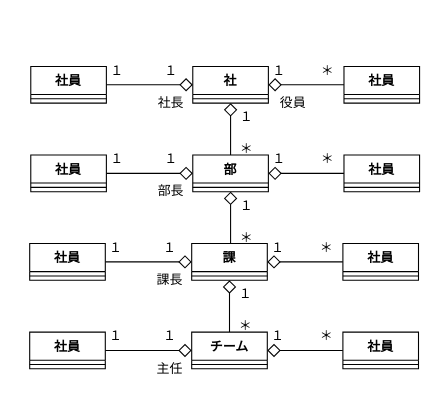
Above: page "機械的変換クラス図" (2 of 4) of Designs/組織構成設計/organization_design.drawio in bosssanovar/LightMvvmSample (draw.io), before the change. Source tidied: cells renumbered, new cells numbered last; positions are measured from the earlier drawing's top-left corner, leaving out a move shared by most shapes. Both pictures are drawn from the tidied source at 108%, with x=0, y=0 at pixel (18, 48).
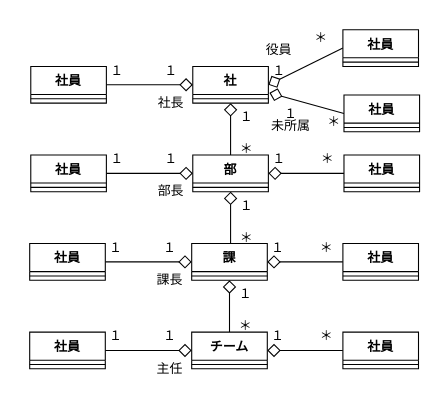
The same diagram, later.

Diff of the diagram source:
```diff
@@
     <mxCell id="2" style="rounded=0;whiteSpace=wrap;html=1;strokeColor=none;fontSize=12;" parent="1" vertex="1">
-      <mxGeometry width="380" height="313" as="geometry" />
+      <mxGeometry y="-27" width="380" height="340" as="geometry" />
     </mxCell>
@@
     <mxCell id="50" value="社員" style="swimlane;fontStyle=1;align=center;verticalAlign=top;horizontal=1;startSize=26;" parent="1" vertex="1">
-      <mxGeometry x="301" y="17" width="70" height="34" as="geometry" />
+      <mxGeometry x="300" y="-17" width="70" height="34" as="geometry" />
     </mxCell>
@@
     <mxCell id="58" value="＊" style="text;html=1;strokeColor=none;fillColor=none;align=center;verticalAlign=middle;whiteSpace=wrap;rounded=0;dashed=1;fontSize=12;" parent="1" vertex="1">
-      <mxGeometry x="256" y="6" width="60" height="30" as="geometry" />
+      <mxGeometry x="250" y="-24" width="60" height="30" as="geometry" />
     </mxCell>
@@
     <mxCell id="64" value="役員" style="text;html=1;strokeColor=none;fillColor=none;align=center;verticalAlign=middle;whiteSpace=wrap;rounded=0;dashed=1;fontSize=12;" parent="1" vertex="1">
-      <mxGeometry x="224" y="36" width="60" height="30" as="geometry" />
+      <mxGeometry x="211" y="-13" width="60" height="30" as="geometry" />
     </mxCell>
+    <mxCell id="65" style="edgeStyle=none;jumpSize=10;html=1;exitX=0;exitY=0.5;exitDx=0;exitDy=0;entryX=1;entryY=0.5;entryDx=0;entryDy=0;strokeWidth=1;endArrow=diamond;endFill=0;startSize=10;endSize=10;" parent="1" edge="1" source="66">
+      <mxGeometry relative="1" as="geometry">
+        <mxPoint x="232" y="41.5" as="targetPoint" />
+      </mxGeometry>
+    </mxCell>
+    <mxCell id="66" value="社員" style="swimlane;fontStyle=1;align=center;verticalAlign=top;horizontal=1;startSize=26;" parent="1" vertex="1">
+      <mxGeometry x="301" y="43.5" width="70" height="34" as="geometry" />
+    </mxCell>
+    <mxCell id="67" style="line;strokeWidth=1;fillColor=none;align=left;verticalAlign=middle;spacingTop=-1;spacingLeft=3;spacingRight=3;labelPosition=right;strokeColor=inherit;" parent="66" vertex="1">
+      <mxGeometry y="26" width="70" height="8" as="geometry" />
+    </mxCell>
+    <mxCell id="68" value="１" style="text;html=1;strokeColor=none;fillColor=none;align=center;verticalAlign=middle;whiteSpace=wrap;rounded=0;dashed=1;" parent="1" vertex="1">
+      <mxGeometry x="222" y="45.5" width="60" height="30" as="geometry" />
+    </mxCell>
+    <mxCell id="69" value="＊" style="text;html=1;strokeColor=none;fillColor=none;align=center;verticalAlign=middle;whiteSpace=wrap;rounded=0;dashed=1;fontSize=12;" parent="1" vertex="1">
+      <mxGeometry x="262" y="53.5" width="60" height="30" as="geometry" />
+    </mxCell>
+    <mxCell id="70" value="未所属" style="text;html=1;strokeColor=none;fillColor=none;align=center;verticalAlign=middle;whiteSpace=wrap;rounded=0;dashed=1;fontSize=12;" parent="1" vertex="1">
+      <mxGeometry x="222" y="56.5" width="60" height="30" as="geometry" />
+    </mxCell>
```
